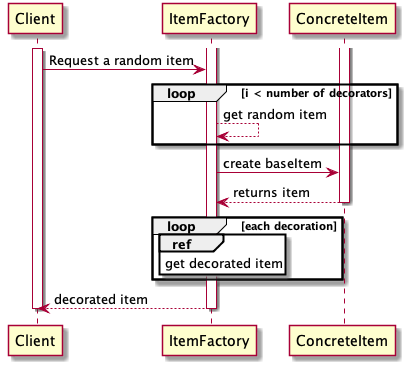
olaven/exam-PG3300 keeps this PlantUML diagram as diagrams/sequence/itemFactory.png. Above is the earlier version. The source it was exported from:
```plantuml
@startuml Sequence diagram

activate Client
Client -> ItemFactory : Request a random item

loop i < number of decorators
    ItemFactory <-- ItemFactory : get random item
end

activate ItemFactory
activate ConcreteItem

ItemFactory -> ConcreteItem : create baseItem
ItemFactory <-- ConcreteItem : returns item

deactivate ConcreteItem

loop each decoration
    ref over ItemFactory : get decorated item
end

ItemFactory --> Client : decorated item
deactivate ItemFactory

deactivate Client

@enduml
```
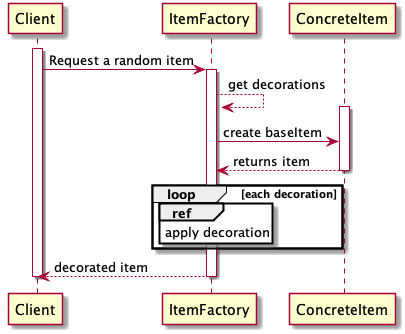
After the change.

Change to the diagram source:
```diff
@@ -3,11 +3,11 @@
 activate Client
 Client -> ItemFactory : Request a random item
 
-loop i < number of decorators
-    ItemFactory <-- ItemFactory : get random item
-end
 
 activate ItemFactory
+
+ItemFactory <-- ItemFactory : get decorations
+
 activate ConcreteItem
 
 ItemFactory -> ConcreteItem : create baseItem
@@ -16,7 +16,7 @@
 deactivate ConcreteItem
 
 loop each decoration
-    ref over ItemFactory : get decorated item
+    ref over ItemFactory : apply decoration
 end
 
 ItemFactory --> Client : decorated item
```
